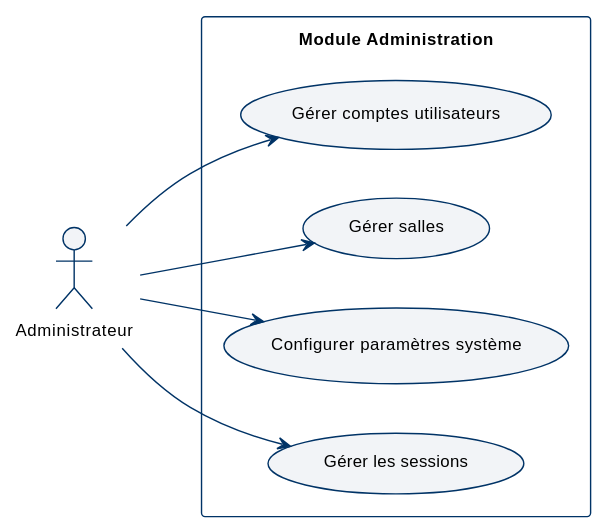
Before: docs/diagrams/svg/uc_admin.svg, a diagram exported from PlantUML (abdelaziz-ebourki/system-gestion-soutenance).
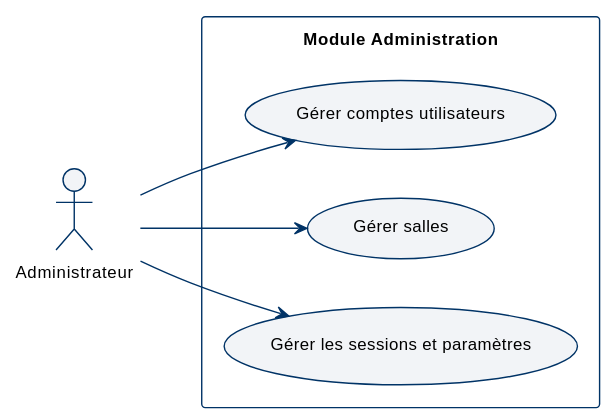
The same diagram one commit later.

Commit message:
docs: merge admin session use cases and clean up obsolete TikZ styles

Change to the diagram source:
```diff
@@ -7,12 +7,10 @@
 rectangle "Module Administration" {
     usecase "Gérer comptes utilisateurs" as UC1
     usecase "Gérer salles" as UC2
-    usecase "Configurer paramètres système" as UC4
-    usecase "Gérer les sessions" as UC5
+    usecase "Gérer les sessions et paramètres" as UC4
 }
 
 Admin --> UC1
 Admin --> UC2
 Admin --> UC4
-Admin --> UC5
 @enduml
```
